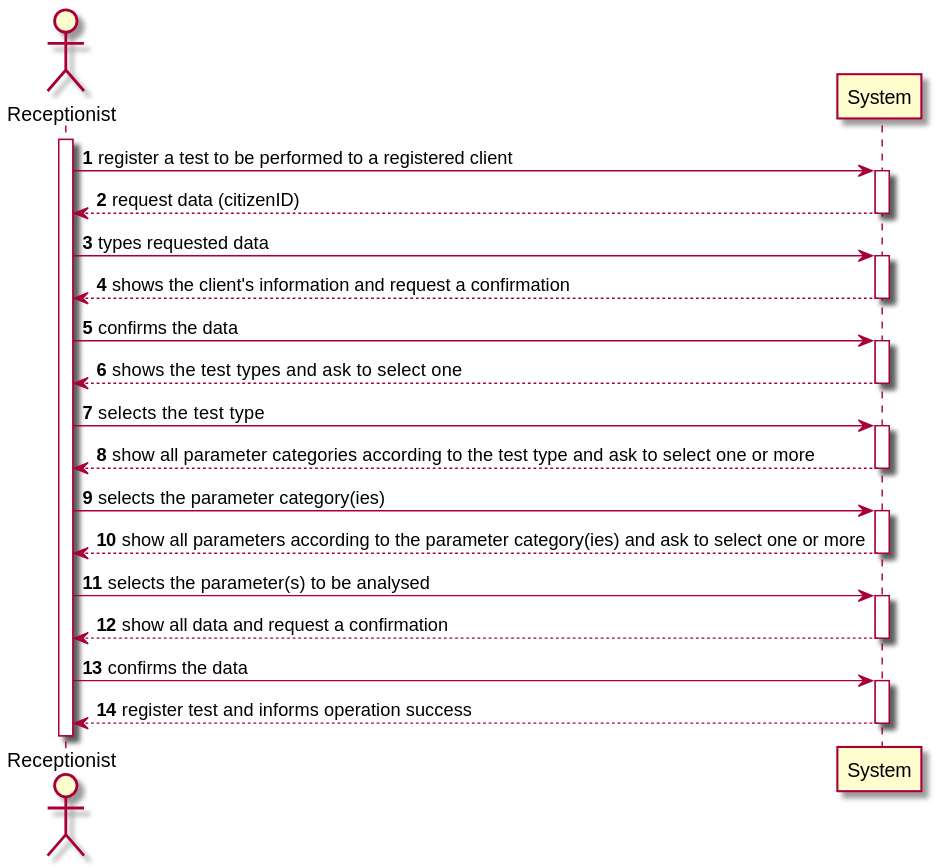
Before: docs/SprintC/US04/US04-SSD.svg, a diagram exported from PlantUML (0franciscor/lei-21-s2-1de-g19).
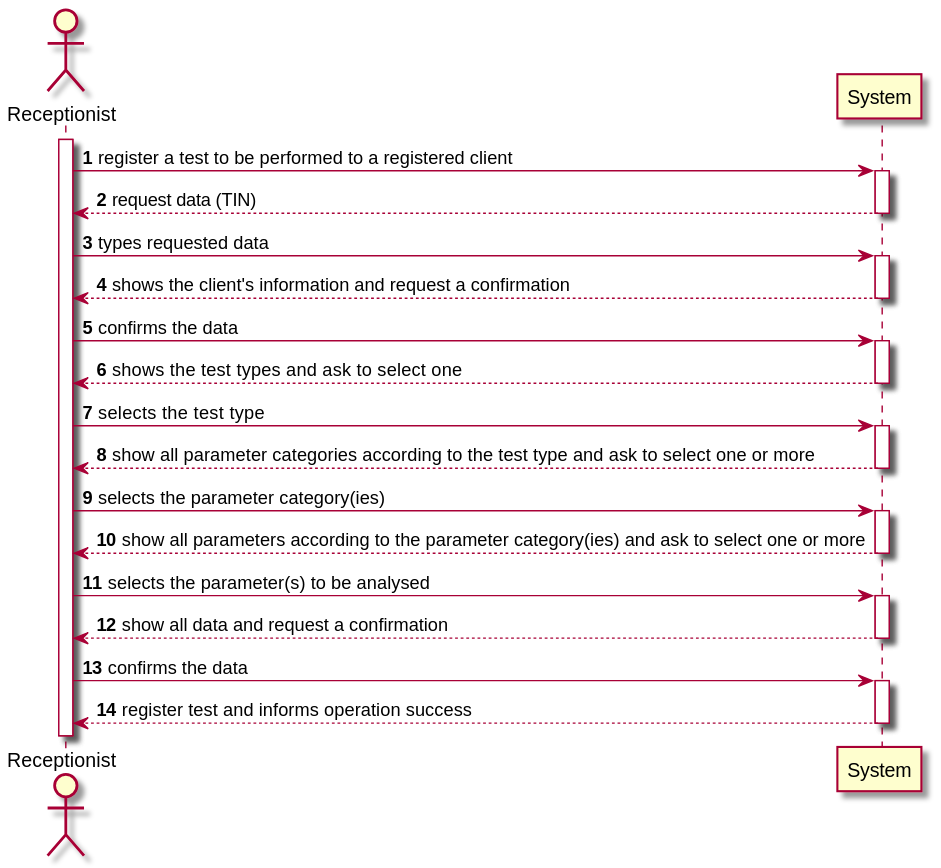
Later version of the same file.

Change to the diagram source:
```diff
@@ -5,7 +5,7 @@
 actor "Receptionist" as R
 activate R
 R -> System ++: register a test to be performed to a registered client
-System -->  R --: request data (citizenID)
+System -->  R --: request data (TIN)
 R -> System ++: types requested data
 System -->  R --: shows the client's information and request a confirmation
 R -> System ++: confirms the data
```
